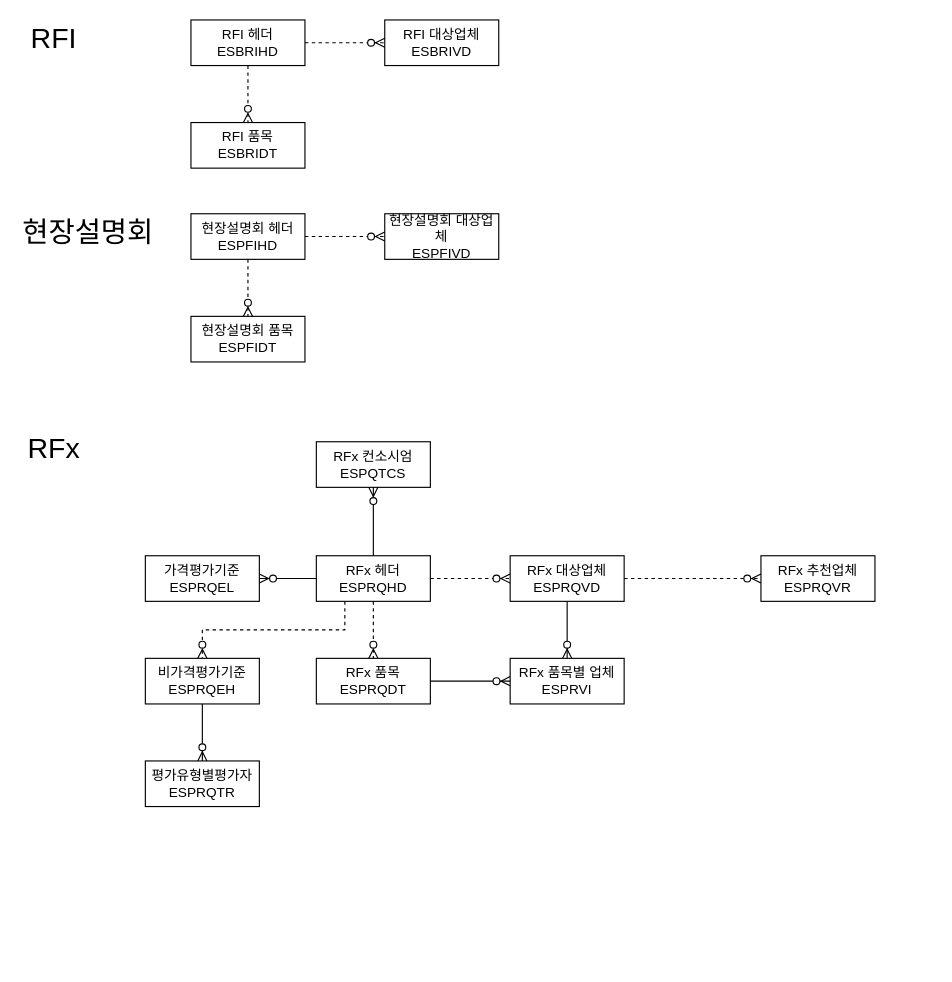
Earlier version of the draw.io diagram RFx-주요테이블.drawio (kisspa-source/draw). Source tidied: cells renumbered, new cells numbered last; positions are measured from the earlier drawing's top-left corner, leaving out a move shared by most shapes. Both pictures are drawn from the tidied source at 114%, with x=0, y=0 at pixel (19, 19).
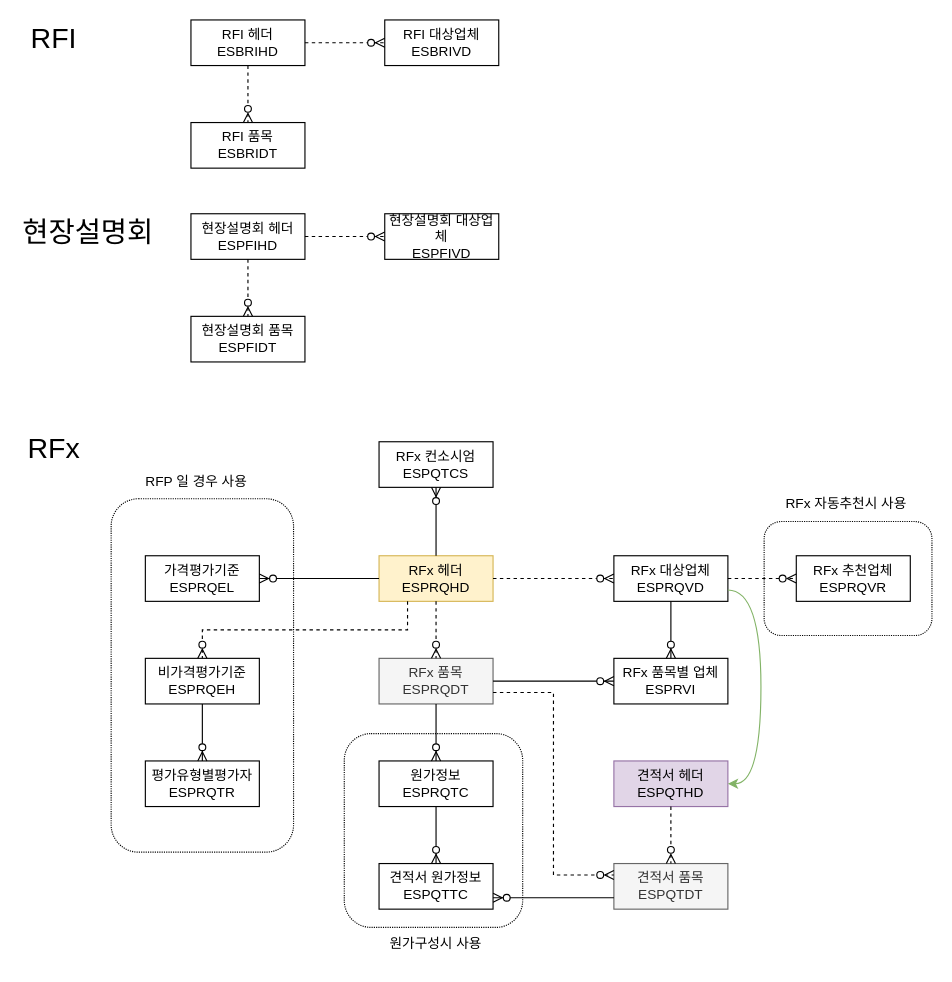
After the change.

Commit message (it also covers changes not shown here):
RFx-주요테이블.drawio 업데이트

Diff of the diagram source:
```diff
@@
+    <mxCell id="33" style="rounded=1;whiteSpace=wrap;html=1;dashed=1;dashPattern=1 1;" parent="1" vertex="1">
+      <mxGeometry x="652.8" y="440" width="147.2" height="100" as="geometry" />
+    </mxCell>
+    <mxCell id="34" style="rounded=1;whiteSpace=wrap;html=1;dashed=1;dashPattern=1 1;" parent="1" vertex="1">
+      <mxGeometry x="284.5" y="626" width="156.5" height="170" as="geometry" />
+    </mxCell>
+    <mxCell id="35" style="rounded=1;whiteSpace=wrap;html=1;dashed=1;dashPattern=1 1;" parent="1" vertex="1">
+      <mxGeometry x="80" y="420" width="160" height="310" as="geometry" />
+    </mxCell>
@@
-    <mxCell id="14" value="RFx 헤더&lt;br&gt;ESPRQHD" style="whiteSpace=wrap;html=1;align=center;" parent="1" vertex="1">
-      <mxGeometry x="260" y="470" width="100" height="40" as="geometry" />
+    <mxCell id="14" value="RFx 헤더&lt;br&gt;ESPRQHD" style="whiteSpace=wrap;html=1;align=center;fillColor=#fff2cc;strokeColor=#d6b656;" parent="1" vertex="1">
+      <mxGeometry x="315" y="470" width="100" height="40" as="geometry" />
     </mxCell>
-    <mxCell id="15" value="RFx 품목&lt;br&gt;ESPRQDT" style="whiteSpace=wrap;html=1;align=center;" parent="1" vertex="1">
-      <mxGeometry x="260" y="560" width="100" height="40" as="geometry" />
+    <mxCell id="15" value="RFx 품목&lt;br&gt;ESPRQDT" style="whiteSpace=wrap;html=1;align=center;fillColor=#f5f5f5;fontColor=#333333;strokeColor=#666666;" parent="1" vertex="1">
+      <mxGeometry x="315" y="560" width="100" height="40" as="geometry" />
     </mxCell>
@@
     <mxCell id="17" value="RFx 대상업체&lt;br&gt;ESPRQVD" style="whiteSpace=wrap;html=1;align=center;" parent="1" vertex="1">
-      <mxGeometry x="430" y="470" width="100" height="40" as="geometry" />
+      <mxGeometry x="521" y="470" width="100" height="40" as="geometry" />
     </mxCell>
@@
     <mxCell id="20" value="RFx 추천업체&lt;br&gt;ESPRQVR" style="whiteSpace=wrap;html=1;align=center;" parent="1" vertex="1">
-      <mxGeometry x="650" y="470" width="100" height="40" as="geometry" />
+      <mxGeometry x="681" y="470" width="100" height="40" as="geometry" />
     </mxCell>
@@
     <mxCell id="22" value="RFx 품목별 업체&lt;br&gt;ESPRVI" style="whiteSpace=wrap;html=1;align=center;" parent="1" vertex="1">
-      <mxGeometry x="430" y="560" width="100" height="40" as="geometry" />
+      <mxGeometry x="521" y="560" width="100" height="40" as="geometry" />
     </mxCell>
@@
     <mxCell id="30" value="RFx 컨소시엄&lt;br&gt;ESPQTCS" style="whiteSpace=wrap;html=1;align=center;" parent="1" vertex="1">
-      <mxGeometry x="260" y="370" width="100" height="40" as="geometry" />
+      <mxGeometry x="315" y="370" width="100" height="40" as="geometry" />
     </mxCell>
@@
+    <mxCell id="36" value="원가정보&lt;br&gt;ESPRQTC" style="whiteSpace=wrap;html=1;align=center;" parent="1" vertex="1">
+      <mxGeometry x="315" y="650" width="100" height="40" as="geometry" />
+    </mxCell>
+    <mxCell id="37" style="fontSize=12;html=1;endArrow=ERzeroToMany;endFill=1;rounded=0;exitX=0.5;exitY=1;exitDx=0;exitDy=0;entryX=0.5;entryY=0;entryDx=0;entryDy=0;" parent="1" edge="1" source="15" target="36">
+      <mxGeometry relative="1" as="geometry" />
+    </mxCell>
+    <mxCell id="38" value="견적서 원가정보&lt;br&gt;ESPQTTC" style="whiteSpace=wrap;html=1;align=center;" parent="1" vertex="1">
+      <mxGeometry x="315" y="740" width="100" height="40" as="geometry" />
+    </mxCell>
+    <mxCell id="39" style="fontSize=12;html=1;endArrow=ERzeroToMany;endFill=1;rounded=0;exitX=0.5;exitY=1;exitDx=0;exitDy=0;entryX=0.5;entryY=0;entryDx=0;entryDy=0;" parent="1" edge="1" source="36" target="38">
+      <mxGeometry relative="1" as="geometry" />
+    </mxCell>
+    <mxCell id="40" value="견적서 헤더&lt;br&gt;ESPQTHD" style="whiteSpace=wrap;html=1;align=center;fillColor=#e1d5e7;strokeColor=#9673a6;" parent="1" vertex="1">
+      <mxGeometry x="521" y="650" width="100" height="40" as="geometry" />
+    </mxCell>
+    <mxCell id="41" value="견적서 품목&lt;br&gt;ESPQTDT" style="whiteSpace=wrap;html=1;align=center;fillColor=#f5f5f5;fontColor=#333333;strokeColor=#666666;" parent="1" vertex="1">
+      <mxGeometry x="521" y="740" width="100" height="40" as="geometry" />
+    </mxCell>
+    <mxCell id="42" style="fontSize=12;html=1;endArrow=ERzeroToMany;endFill=1;rounded=0;exitX=0.5;exitY=1;exitDx=0;exitDy=0;dashed=1;entryX=0.5;entryY=0;entryDx=0;entryDy=0;" parent="1" edge="1" source="40" target="41">
+      <mxGeometry relative="1" as="geometry" />
+    </mxCell>
+    <mxCell id="43" style="fontSize=12;html=1;endArrow=ERzeroToMany;endFill=1;rounded=0;exitX=1;exitY=0.75;exitDx=0;exitDy=0;dashed=1;entryX=0;entryY=0.25;entryDx=0;entryDy=0;edgeStyle=orthogonalEdgeStyle;" parent="1" edge="1" source="15" target="41">
+      <mxGeometry relative="1" as="geometry" />
+    </mxCell>
+    <mxCell id="44" style="fontSize=12;html=1;endArrow=ERzeroToMany;endFill=1;rounded=0;exitX=0;exitY=0.75;exitDx=0;exitDy=0;entryX=1;entryY=0.75;entryDx=0;entryDy=0;" parent="1" edge="1" source="41" target="38">
+      <mxGeometry relative="1" as="geometry" />
+    </mxCell>
+    <mxCell id="45" value="RFP 일 경우 사용" style="text;html=1;strokeColor=none;fillColor=none;align=center;verticalAlign=middle;whiteSpace=wrap;rounded=0;" parent="1" vertex="1">
+      <mxGeometry x="100" y="390" width="110" height="30" as="geometry" />
+    </mxCell>
+    <mxCell id="46" value="원가구성시 사용" style="text;html=1;strokeColor=none;fillColor=none;align=center;verticalAlign=middle;whiteSpace=wrap;rounded=0;" parent="1" vertex="1">
+      <mxGeometry x="310" y="796" width="110" height="30" as="geometry" />
+    </mxCell>
+    <mxCell id="47" value="RFx 자동추천시 사용" style="text;html=1;strokeColor=none;fillColor=none;align=center;verticalAlign=middle;whiteSpace=wrap;rounded=0;" parent="1" vertex="1">
+      <mxGeometry x="670" y="410" width="110" height="30" as="geometry" />
+    </mxCell>
+    <mxCell id="48" style="endArrow=classic;html=1;rounded=0;entryX=1;entryY=0.5;entryDx=0;entryDy=0;edgeStyle=orthogonalEdgeStyle;exitX=1;exitY=0.75;exitDx=0;exitDy=0;fillColor=#d5e8d4;strokeColor=#82b366;curved=1;" parent="1" edge="1" source="17" target="40">
+      <mxGeometry relative="1" as="geometry">
+        <Array as="points">
+          <mxPoint x="650" y="500" />
+          <mxPoint x="650" y="670" />
+        </Array>
+      </mxGeometry>
+    </mxCell>
```
